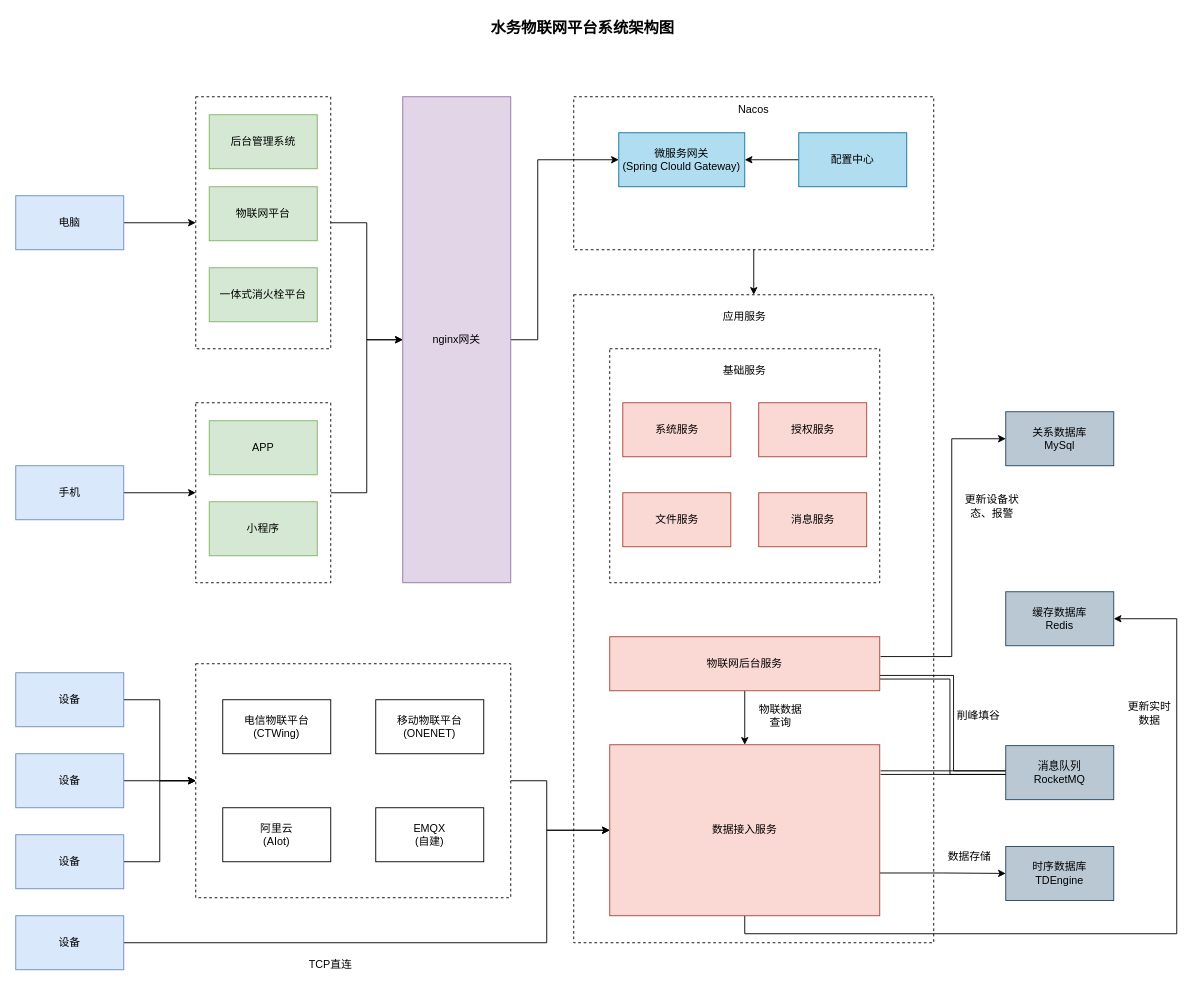
The draw.io diagram diagrams/水务物联网平台系统架构图.drawio in cn-wwl/draw, before the edit. Source tidied: cells renumbered, new cells numbered last; positions are measured from the earlier drawing's top-left corner, leaving out a move shared by most shapes. Both pictures are drawn from the tidied source at 90%, with x=0, y=0 at pixel (15, 15).
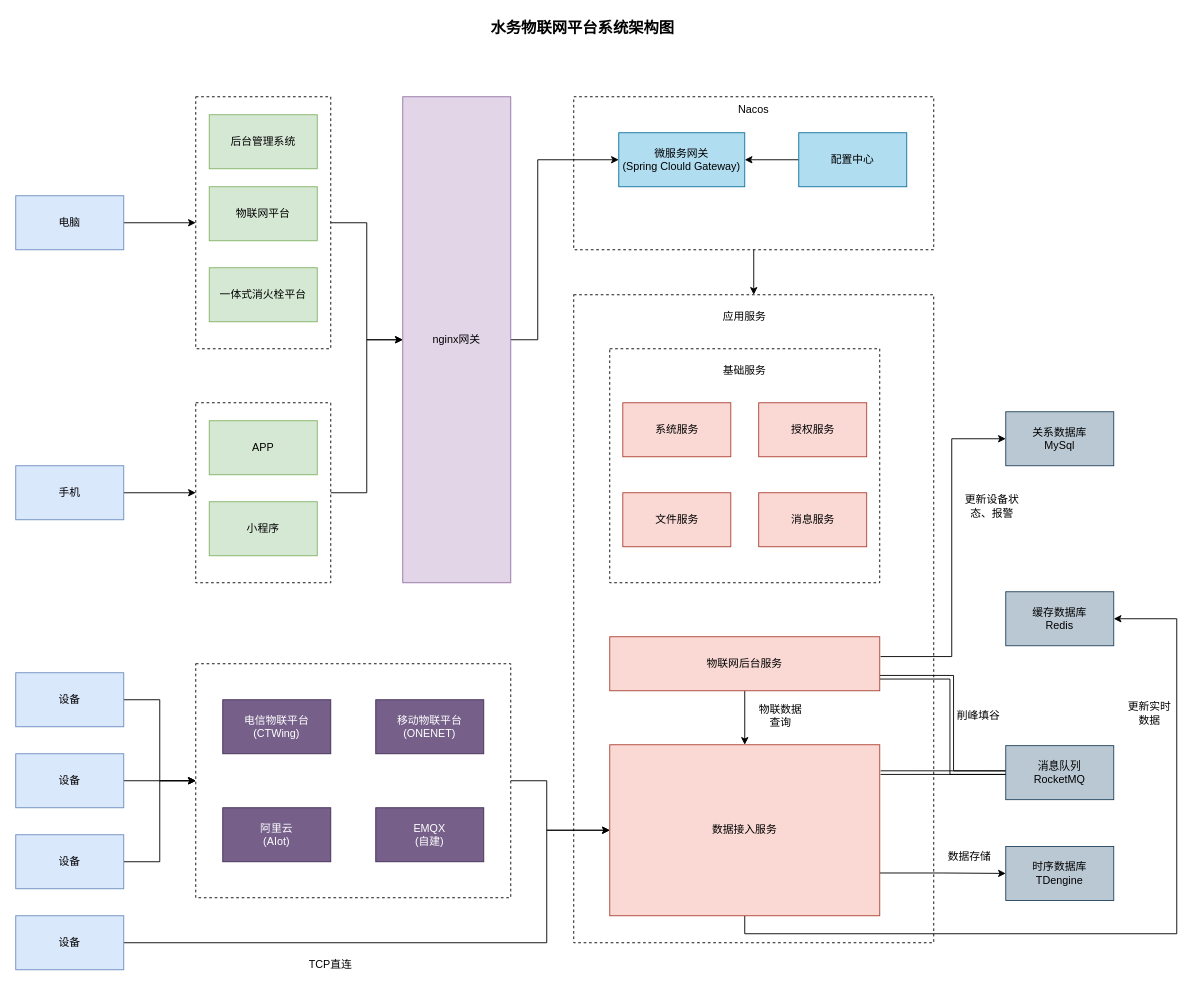
After the change.

Commit message:
更新水务物联网平台系统架构图.drawio

What changed in the source:
```diff
@@
-    <mxCell id="32" value="时序数据库&lt;div&gt;TDEngine&lt;/div&gt;" style="rounded=0;whiteSpace=wrap;html=1;fillColor=#bac8d3;strokeColor=#23445d;" parent="1" vertex="1">
+    <mxCell id="32" value="时序数据库&lt;div&gt;TDengine&lt;/div&gt;" style="rounded=0;whiteSpace=wrap;html=1;fillColor=#bac8d3;strokeColor=#23445d;" parent="1" vertex="1">
       <mxGeometry x="1100" y="923" width="120" height="60" as="geometry" />
     </mxCell>
@@
-    <mxCell id="44" value="电信物联平台(CTWing)" style="rounded=0;whiteSpace=wrap;html=1;" parent="1" vertex="1">
+    <mxCell id="44" value="电信物联平台(CTWing)" style="rounded=0;whiteSpace=wrap;html=1;fillColor=#76608a;fontColor=#ffffff;strokeColor=#432D57;" parent="1" vertex="1">
       <mxGeometry x="230" y="760" width="120" height="60" as="geometry" />
     </mxCell>
-    <mxCell id="45" value="移动物联平台(ONENET&lt;span style=&quot;background-color: transparent; color: light-dark(rgb(0, 0, 0), rgb(255, 255, 255));&quot;&gt;)&lt;/span&gt;" style="rounded=0;whiteSpace=wrap;html=1;" parent="1" vertex="1">
+    <mxCell id="45" value="移动物联平台(ONENET)" style="rounded=0;whiteSpace=wrap;html=1;fillColor=#76608a;fontColor=#ffffff;strokeColor=#432D57;" parent="1" vertex="1">
       <mxGeometry x="400" y="760" width="120" height="60" as="geometry" />
     </mxCell>
-    <mxCell id="46" value="阿里云&lt;div&gt;(AIot)&lt;/div&gt;" style="rounded=0;whiteSpace=wrap;html=1;" parent="1" vertex="1">
+    <mxCell id="46" value="阿里云&lt;div&gt;(AIot)&lt;/div&gt;" style="rounded=0;whiteSpace=wrap;html=1;fillColor=#76608a;fontColor=#ffffff;strokeColor=#432D57;" parent="1" vertex="1">
       <mxGeometry x="230" y="880" width="120" height="60" as="geometry" />
     </mxCell>
-    <mxCell id="47" value="EMQX&lt;div&gt;(自建)&lt;/div&gt;" style="rounded=0;whiteSpace=wrap;html=1;" parent="1" vertex="1">
+    <mxCell id="47" value="EMQX&lt;div&gt;(自建)&lt;/div&gt;" style="rounded=0;whiteSpace=wrap;html=1;fillColor=#76608a;fontColor=#ffffff;strokeColor=#432D57;" parent="1" vertex="1">
       <mxGeometry x="400" y="880" width="120" height="60" as="geometry" />
     </mxCell>
```
